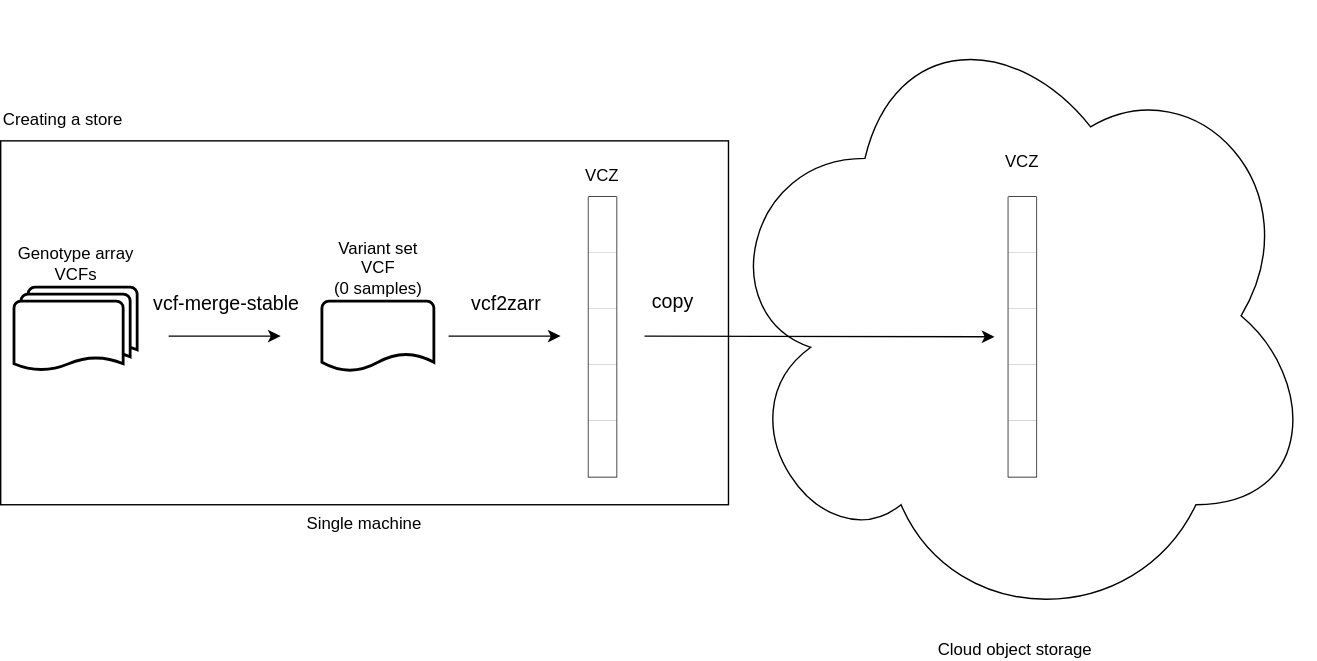
Above: docs/images/vczstore-create.drawio.svg in sgkit-dev/vczstore (draw.io), before the change. Source tidied: cells renumbered, new cells last; positions are measured from the earlier drawing's top-left corner, leaving out a move shared by most shapes.
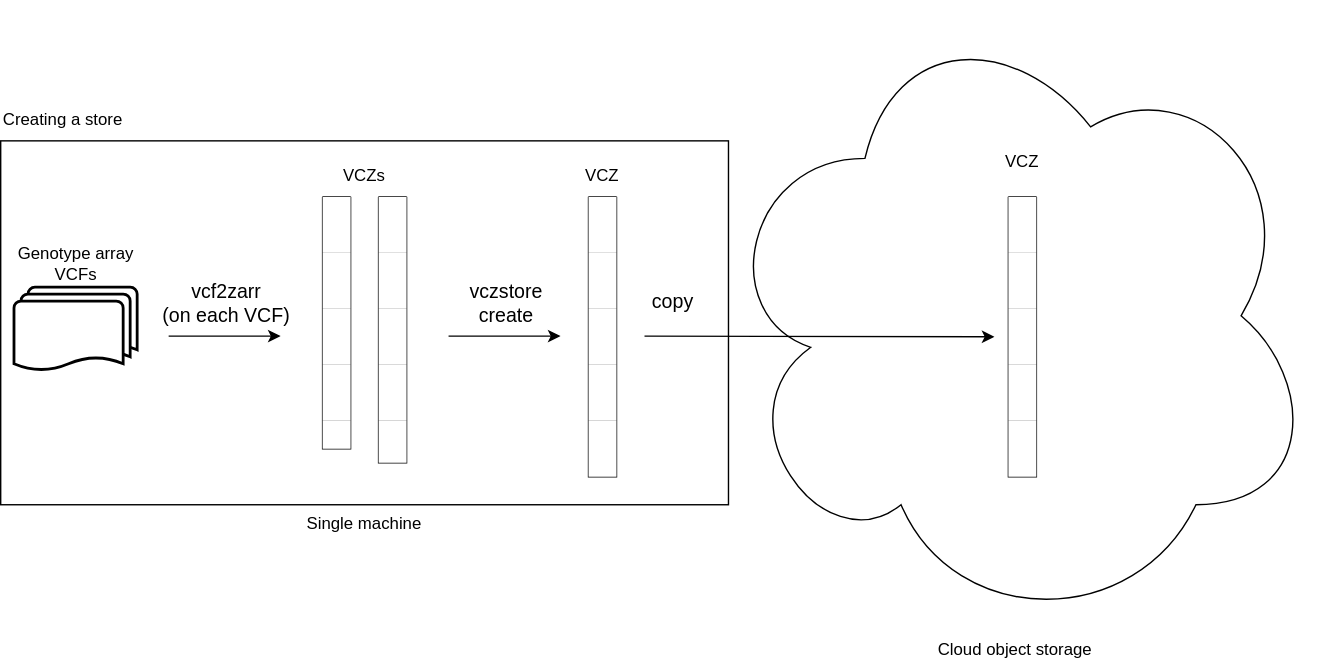
Above is the later version.

Change to the diagram source:
```diff
@@ -11,16 +11,13 @@
     <mxCell id="4" value="Genotype array VCFs" style="strokeWidth=2;html=1;shape=mxgraph.flowchart.multi-document;whiteSpace=wrap;labelPosition=center;verticalLabelPosition=top;align=center;verticalAlign=bottom;" parent="1" vertex="1">
       <mxGeometry x="10" y="205" width="88" height="60" as="geometry" />
     </mxCell>
-    <mxCell id="5" value="Variant set VCF&lt;div&gt;(0 samples)&lt;/div&gt;" style="strokeWidth=2;html=1;shape=mxgraph.flowchart.document2;whiteSpace=wrap;size=0.25;labelPosition=center;verticalLabelPosition=top;align=center;verticalAlign=bottom;" parent="1" vertex="1">
-      <mxGeometry x="230" y="215" width="80" height="50" as="geometry" />
-    </mxCell>
     <mxCell id="6" style="endArrow=classic;html=1;rounded=0;" parent="1" edge="1">
       <mxGeometry relative="1" as="geometry">
         <mxPoint x="120" y="239.5" as="sourcePoint" />
         <mxPoint x="200" y="239.5" as="targetPoint" />
       </mxGeometry>
     </mxCell>
-    <mxCell id="7" value="&lt;span style=&quot;font-size: 14px;&quot;&gt;vcf-merge-stable&lt;/span&gt;" style="edgeLabel;html=1;align=center;verticalAlign=middle;" parent="6" vertex="1">
+    <mxCell id="7" value="&lt;span style=&quot;font-size: 14px;&quot;&gt;vcf2zarr&lt;/span&gt;&lt;div&gt;&lt;span style=&quot;font-size: 14px;&quot;&gt;(on each VCF)&lt;/span&gt;&lt;/div&gt;" style="edgeLabel;html=1;align=center;verticalAlign=middle;" parent="6" vertex="1">
       <mxGeometry x="0.05" y="1" relative="1" as="geometry">
         <mxPoint x="-2" y="-23" as="offset" />
       </mxGeometry>
@@ -31,7 +28,7 @@
         <mxPoint x="400" y="239.5" as="targetPoint" />
       </mxGeometry>
     </mxCell>
-    <mxCell id="9" value="&lt;span style=&quot;font-size: 14px;&quot;&gt;vcf2zarr&lt;/span&gt;" style="edgeLabel;html=1;align=center;verticalAlign=middle;" parent="8" vertex="1">
+    <mxCell id="9" value="&lt;span style=&quot;font-size: 14px;&quot;&gt;vczstore&lt;/span&gt;&lt;div&gt;&lt;span style=&quot;font-size: 14px;&quot;&gt;create&lt;/span&gt;&lt;/div&gt;" style="edgeLabel;html=1;align=center;verticalAlign=middle;" parent="8" vertex="1">
       <mxGeometry x="0.05" y="1" relative="1" as="geometry">
         <mxPoint x="-2" y="-23" as="offset" />
       </mxGeometry>
@@ -122,5 +119,74 @@
     <mxCell id="36" style="shape=partialRectangle;html=1;whiteSpace=wrap;strokeColor=inherit;overflow=hidden;fillColor=default;top=0;left=0;bottom=0;right=0;" parent="35" vertex="1">
       <mxGeometry width="20" height="40" as="geometry" />
     </mxCell>
+    <mxCell id="37" style="shape=table;startSize=0;fixedHeader=1;fillColor=none;" parent="1" vertex="1">
+      <mxGeometry x="230" y="140" width="20" height="180" as="geometry" />
+    </mxCell>
+    <mxCell id="38" style="shape=tableRow;horizontal=0;startSize=0;swimlaneHead=0;swimlaneBody=0;strokeColor=inherit;top=0;left=0;bottom=0;right=0;fillColor=none;fixedHeader=1;" parent="37" vertex="1">
+      <mxGeometry width="20" height="40" as="geometry" />
+    </mxCell>
+    <mxCell id="39" style="shape=partialRectangle;html=1;whiteSpace=wrap;strokeColor=inherit;overflow=hidden;fillColor=default;top=0;left=0;bottom=0;right=0;" parent="38" vertex="1">
+      <mxGeometry width="20" height="40" as="geometry" />
+    </mxCell>
+    <mxCell id="40" style="shape=tableRow;horizontal=0;startSize=0;swimlaneHead=0;swimlaneBody=0;strokeColor=inherit;top=0;left=0;bottom=0;right=0;fillColor=none;fixedHeader=1;" parent="37" vertex="1">
+      <mxGeometry y="40" width="20" height="40" as="geometry" />
+    </mxCell>
+    <mxCell id="41" style="shape=partialRectangle;html=1;whiteSpace=wrap;strokeColor=inherit;overflow=hidden;fillColor=default;top=0;left=0;bottom=0;right=0;" parent="40" vertex="1">
+      <mxGeometry width="20" height="40" as="geometry" />
+    </mxCell>
+    <mxCell id="42" style="shape=tableRow;horizontal=0;startSize=0;swimlaneHead=0;swimlaneBody=0;strokeColor=inherit;top=0;left=0;bottom=0;right=0;fillColor=none;fixedHeader=1;" parent="37" vertex="1">
+      <mxGeometry y="80" width="20" height="40" as="geometry" />
+    </mxCell>
+    <mxCell id="43" style="shape=partialRectangle;html=1;whiteSpace=wrap;strokeColor=inherit;overflow=hidden;fillColor=default;top=0;left=0;bottom=0;right=0;" parent="42" vertex="1">
+      <mxGeometry width="20" height="40" as="geometry" />
+    </mxCell>
+    <mxCell id="44" style="shape=tableRow;horizontal=0;startSize=0;swimlaneHead=0;swimlaneBody=0;strokeColor=inherit;top=0;left=0;bottom=0;right=0;fillColor=none;fixedHeader=1;" parent="37" vertex="1">
+      <mxGeometry y="120" width="20" height="40" as="geometry" />
+    </mxCell>
+    <mxCell id="45" style="shape=partialRectangle;html=1;whiteSpace=wrap;strokeColor=inherit;overflow=hidden;fillColor=default;top=0;left=0;bottom=0;right=0;" parent="44" vertex="1">
+      <mxGeometry width="20" height="40" as="geometry" />
+    </mxCell>
+    <mxCell id="46" style="shape=tableRow;horizontal=0;startSize=0;swimlaneHead=0;swimlaneBody=0;strokeColor=inherit;top=0;left=0;bottom=0;right=0;fillColor=none;fixedHeader=1;" parent="37" vertex="1">
+      <mxGeometry y="160" width="20" height="20" as="geometry" />
+    </mxCell>
+    <mxCell id="47" style="shape=partialRectangle;html=1;whiteSpace=wrap;strokeColor=inherit;overflow=hidden;fillColor=default;top=0;left=0;bottom=0;right=0;" parent="46" vertex="1">
+      <mxGeometry width="20" height="20" as="geometry" />
+    </mxCell>
+    <mxCell id="48" style="shape=table;startSize=0;fixedHeader=1;fillColor=none;" parent="1" vertex="1">
+      <mxGeometry x="270" y="140" width="20" height="190" as="geometry" />
+    </mxCell>
+    <mxCell id="49" style="shape=tableRow;horizontal=0;startSize=0;swimlaneHead=0;swimlaneBody=0;strokeColor=inherit;top=0;left=0;bottom=0;right=0;fillColor=none;fixedHeader=1;" parent="48" vertex="1">
+      <mxGeometry width="20" height="40" as="geometry" />
+    </mxCell>
+    <mxCell id="50" style="shape=partialRectangle;html=1;whiteSpace=wrap;strokeColor=inherit;overflow=hidden;fillColor=default;top=0;left=0;bottom=0;right=0;" parent="49" vertex="1">
+      <mxGeometry width="20" height="40" as="geometry" />
+    </mxCell>
+    <mxCell id="51" style="shape=tableRow;horizontal=0;startSize=0;swimlaneHead=0;swimlaneBody=0;strokeColor=inherit;top=0;left=0;bottom=0;right=0;fillColor=none;fixedHeader=1;" parent="48" vertex="1">
+      <mxGeometry y="40" width="20" height="40" as="geometry" />
+    </mxCell>
+    <mxCell id="52" style="shape=partialRectangle;html=1;whiteSpace=wrap;strokeColor=inherit;overflow=hidden;fillColor=default;top=0;left=0;bottom=0;right=0;" parent="51" vertex="1">
+      <mxGeometry width="20" height="40" as="geometry" />
+    </mxCell>
+    <mxCell id="53" style="shape=tableRow;horizontal=0;startSize=0;swimlaneHead=0;swimlaneBody=0;strokeColor=inherit;top=0;left=0;bottom=0;right=0;fillColor=none;fixedHeader=1;" parent="48" vertex="1">
+      <mxGeometry y="80" width="20" height="40" as="geometry" />
+    </mxCell>
+    <mxCell id="54" style="shape=partialRectangle;html=1;whiteSpace=wrap;strokeColor=inherit;overflow=hidden;fillColor=default;top=0;left=0;bottom=0;right=0;" parent="53" vertex="1">
+      <mxGeometry width="20" height="40" as="geometry" />
+    </mxCell>
+    <mxCell id="55" style="shape=tableRow;horizontal=0;startSize=0;swimlaneHead=0;swimlaneBody=0;strokeColor=inherit;top=0;left=0;bottom=0;right=0;fillColor=none;fixedHeader=1;" parent="48" vertex="1">
+      <mxGeometry y="120" width="20" height="40" as="geometry" />
+    </mxCell>
+    <mxCell id="56" style="shape=partialRectangle;html=1;whiteSpace=wrap;strokeColor=inherit;overflow=hidden;fillColor=default;top=0;left=0;bottom=0;right=0;" parent="55" vertex="1">
+      <mxGeometry width="20" height="40" as="geometry" />
+    </mxCell>
+    <mxCell id="57" style="shape=tableRow;horizontal=0;startSize=0;swimlaneHead=0;swimlaneBody=0;strokeColor=inherit;top=0;left=0;bottom=0;right=0;fillColor=none;fixedHeader=1;" parent="48" vertex="1">
+      <mxGeometry y="160" width="20" height="30" as="geometry" />
+    </mxCell>
+    <mxCell id="58" style="shape=partialRectangle;html=1;whiteSpace=wrap;strokeColor=inherit;overflow=hidden;fillColor=default;top=0;left=0;bottom=0;right=0;" parent="57" vertex="1">
+      <mxGeometry width="20" height="30" as="geometry" />
+    </mxCell>
+    <mxCell id="59" value="VCZs" style="text;html=1;whiteSpace=wrap;strokeColor=none;fillColor=none;align=center;verticalAlign=middle;rounded=0;" parent="1" vertex="1">
+      <mxGeometry x="230" y="110" width="60" height="30" as="geometry" />
+    </mxCell>
   </root>
 </mxGraphModel>
```
